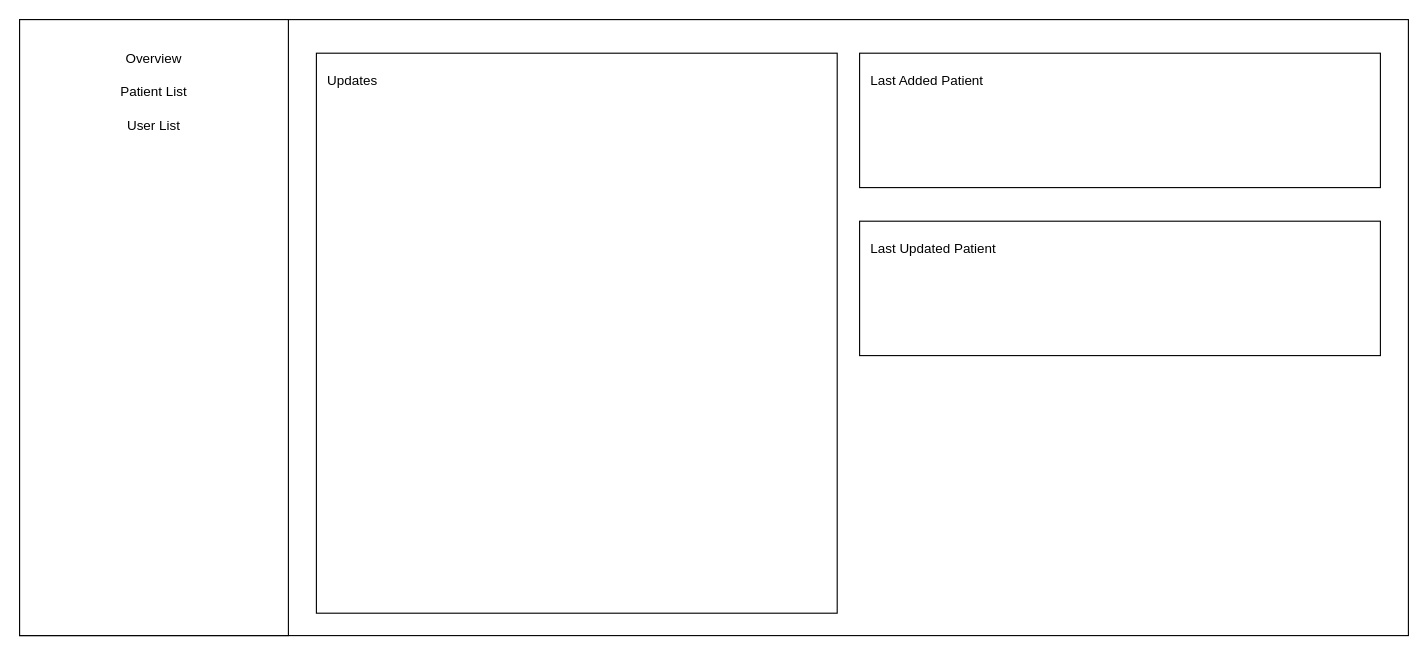
empty-works/plain-emrs-no-fw keeps this draw.io diagram as diagrams/UpdateLogAdminPage.drawio. Above is the earlier version. Source tidied: cells renumbered, new cells numbered last; positions are measured from the earlier drawing's top-left corner, leaving out a move shared by most shapes. Both pictures are drawn from the tidied source at 112%, with x=0, y=0 at pixel (19, 19).
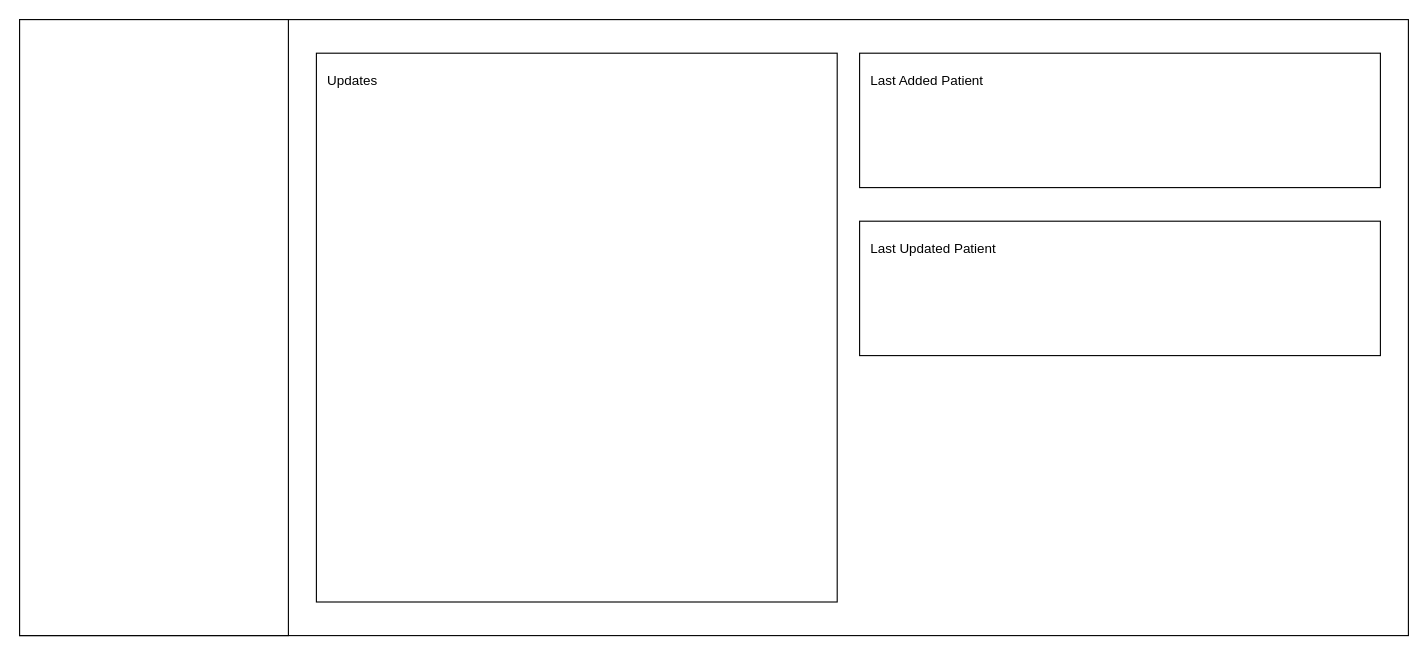
The same diagram, later.

Commit message:
No need for side navbar

What changed in the source:
```diff
@@
 <mxGraphModel>
   <root>
     <mxCell id="0" />
     <mxCell id="1" parent="0" />
     <mxCell id="2" style="rounded=0;whiteSpace=wrap;html=1;" parent="1" vertex="1">
       <mxGeometry width="1240" height="550" as="geometry" />
     </mxCell>
     <mxCell id="3" style="rounded=0;whiteSpace=wrap;html=1;" parent="1" vertex="1">
       <mxGeometry width="240" height="550" as="geometry" />
     </mxCell>
     <mxCell id="4" style="rounded=0;whiteSpace=wrap;html=1;" parent="1" vertex="1">
       <mxGeometry x="750" y="180" width="465" height="120" as="geometry" />
     </mxCell>
     <mxCell id="5" style="rounded=0;whiteSpace=wrap;html=1;" parent="1" vertex="1">
       <mxGeometry x="750" y="30" width="465" height="120" as="geometry" />
     </mxCell>
     <mxCell id="6" style="rounded=0;whiteSpace=wrap;html=1;" parent="1" vertex="1">
-      <mxGeometry x="265" y="30" width="465" height="500" as="geometry" />
+      <mxGeometry x="265" y="30" width="465" height="490" as="geometry" />
     </mxCell>
     <mxCell id="7" value="Last Updated Patient" style="text;html=1;strokeColor=none;fillColor=none;align=left;verticalAlign=middle;whiteSpace=wrap;rounded=0;" parent="1" vertex="1">
       <mxGeometry x="757.5" y="190" width="450" height="30" as="geometry" />
     </mxCell>
     <mxCell id="8" value="Last Added Patient" style="text;html=1;strokeColor=none;fillColor=none;align=left;verticalAlign=middle;whiteSpace=wrap;rounded=0;" parent="1" vertex="1">
       <mxGeometry x="757.5" y="40" width="450" height="30" as="geometry" />
     </mxCell>
     <mxCell id="9" value="Updates" style="text;html=1;strokeColor=none;fillColor=none;align=left;verticalAlign=middle;whiteSpace=wrap;rounded=0;" parent="1" vertex="1">
       <mxGeometry x="272.5" y="40" width="450" height="30" as="geometry" />
     </mxCell>
-    <mxCell id="10" value="Overview" style="text;html=1;strokeColor=none;fillColor=none;align=center;verticalAlign=middle;whiteSpace=wrap;rounded=0;" parent="1" vertex="1">
-      <mxGeometry x="20" y="20" width="200" height="30" as="geometry" />
-    </mxCell>
-    <mxCell id="11" value="Patient List" style="text;html=1;strokeColor=none;fillColor=none;align=center;verticalAlign=middle;whiteSpace=wrap;rounded=0;" parent="1" vertex="1">
-      <mxGeometry x="10" y="50" width="220" height="30" as="geometry" />
-    </mxCell>
-    <mxCell id="12" value="User List" style="text;html=1;strokeColor=none;fillColor=none;align=center;verticalAlign=middle;whiteSpace=wrap;rounded=0;" parent="1" vertex="1">
-      <mxGeometry x="10" y="80" width="220" height="30" as="geometry" />
-    </mxCell>
   </root>
 </mxGraphModel>
```
